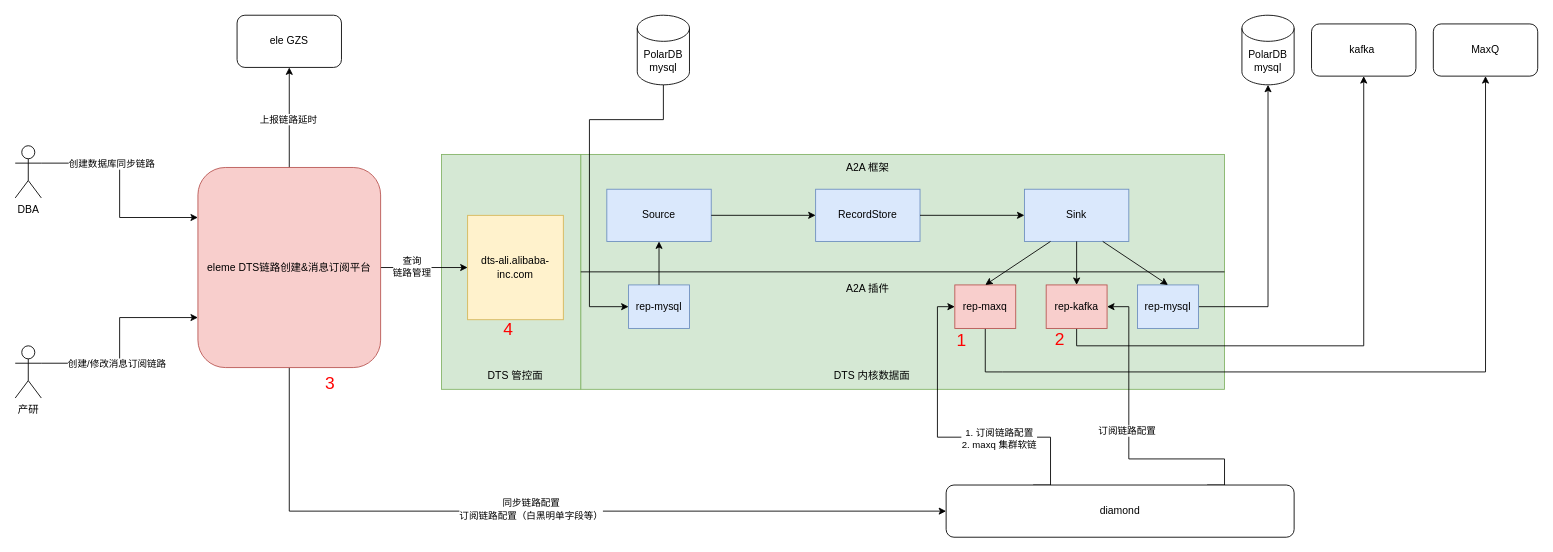
The draw.io diagram page "DTS" (2 of 5) of eleme/Untitled Diagram.drawio in zhangwm1987/mydraw_io, before the edit. Source tidied: cells renumbered, new cells numbered last; positions are measured from the earlier drawing's top-left corner, leaving out a move shared by most shapes. Both pictures are drawn from the tidied source at 87%, with x=0, y=0 at pixel (15, 15).
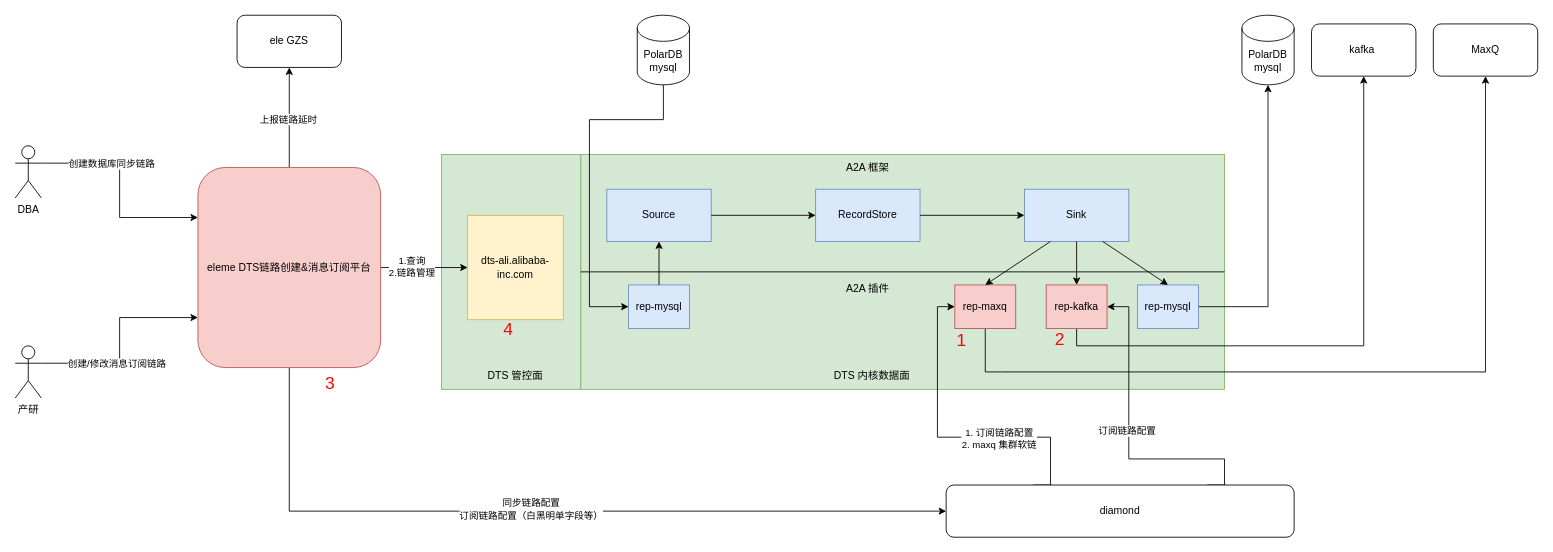
The same diagram, later.

The change refers to these unchanged cells:
```xml
<mxCell id="33" style="edgeStyle=orthogonalEdgeStyle;rounded=0;jettySize=auto;html=1;exitX=1;exitY=0.5;exitDx=0;exitDy=0;entryX=0;entryY=0.5;entryDx=0;entryDy=0;" parent="1" edge="1" source="37" target="23">
  <mxGeometry relative="1" as="geometry" />
</mxCell>
```

Change to the diagram source:
```diff
@@
-    <mxCell id="34" value="查询&lt;br&gt;链路管理" style="edgeLabel;html=1;align=center;verticalAlign=middle;" parent="33" vertex="1">
+    <mxCell id="34" value="1.查询&lt;br&gt;2.链路管理" style="edgeLabel;html=1;align=center;verticalAlign=middle;" parent="33" vertex="1">
       <mxGeometry x="-0.3" y="2" relative="1" as="geometry" />
     </mxCell>
```
